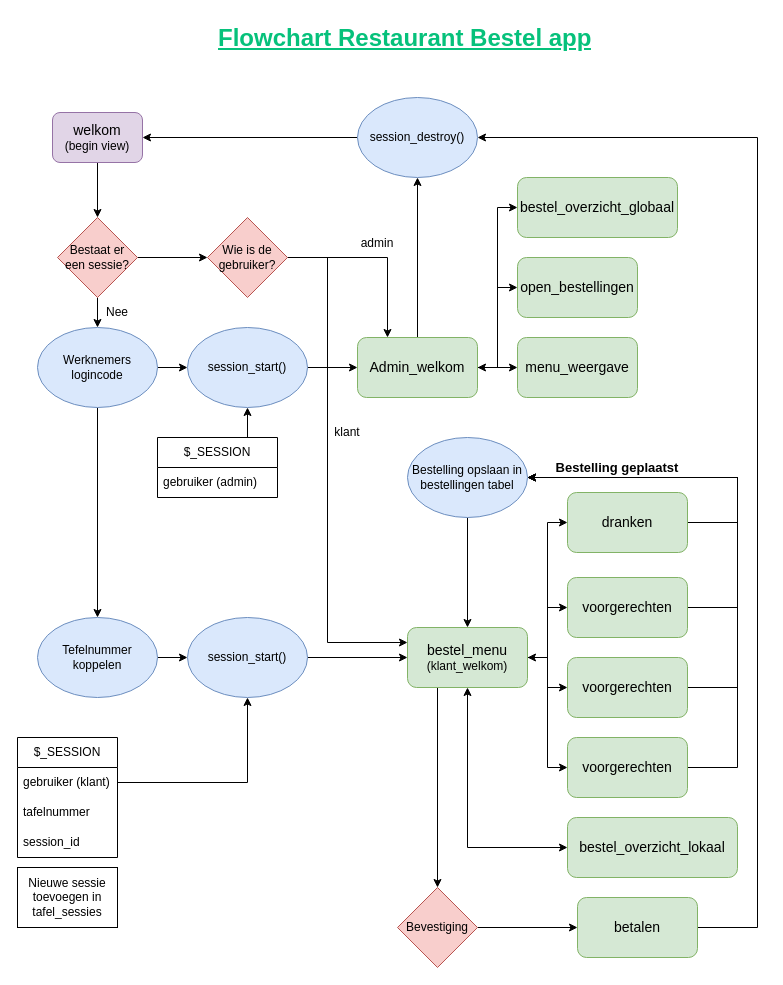
The draw.io diagram docs/restaurantBestelApp_flowchart.drawio in MossGuy/RestaurantBestelApp, before the edit. Source tidied: cells renumbered, new cells numbered last; positions are measured from the earlier drawing's top-left corner, leaving out a move shared by most shapes. Both pictures are drawn from the tidied source at 100%, with x=0, y=0 at pixel (17, 17).
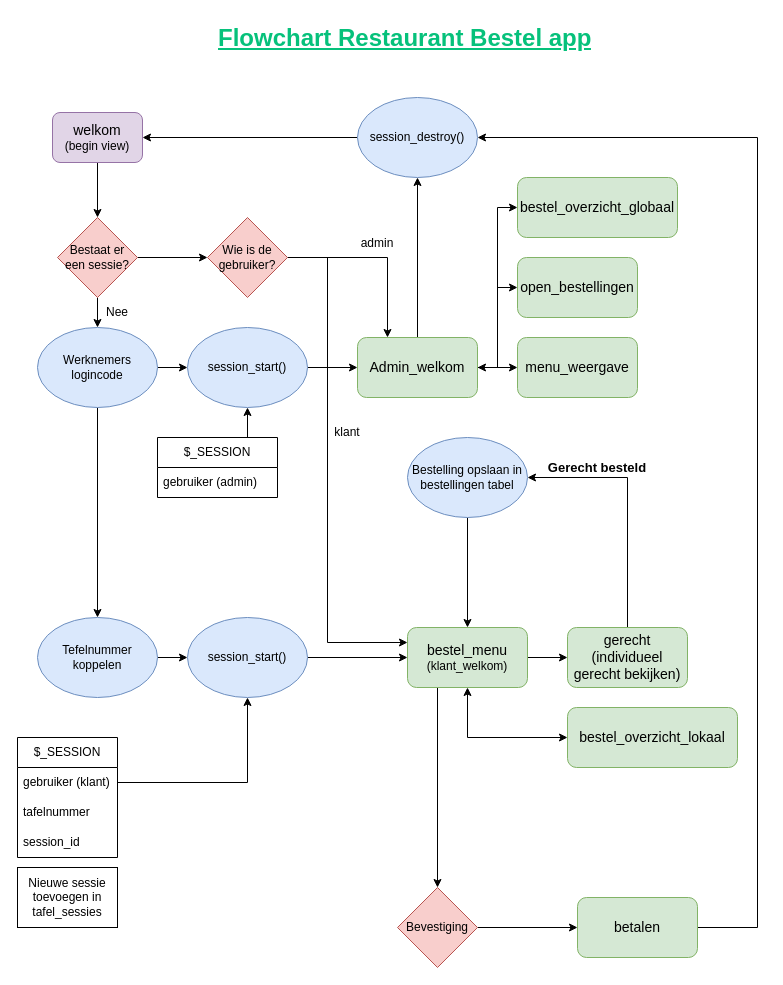
Above is the later version.

Commit message (it also covers changes not shown here):
menu map en views verwijderd. gerechten tabel gevuld met een paar gerechten om mee te testen. flowchart bijgewerkt. planning update

The change refers to these unchanged cells:
```xml
<mxCell id="17" value="&lt;font style=&quot;font-size: 14px;&quot;&gt;bestel_menu&lt;/font&gt;&lt;div&gt;&lt;font&gt;(klant_welkom)&lt;/font&gt;&lt;/div&gt;" style="rounded=1;whiteSpace=wrap;html=1;fillColor=#d5e8d4;strokeColor=#82b366;glass=0;" parent="1" vertex="1">
  <mxGeometry x="390" y="610" width="120" height="60" as="geometry" />
</mxCell>
<mxCell id="33" value="Bestelling opslaan in&lt;div&gt;bestellingen tabel&lt;/div&gt;" style="ellipse;whiteSpace=wrap;html=1;fillColor=#dae8fc;strokeColor=#6c8ebf;" parent="1" vertex="1">
  <mxGeometry x="390" y="420" width="120" height="80" as="geometry" />
</mxCell>
```

What changed in the source:
```diff
@@
-    <mxCell id="12" style="edgeStyle=orthogonalEdgeStyle;rounded=0;jettySize=auto;html=1;entryX=0;entryY=0.5;entryDx=0;entryDy=0;startArrow=classic;startFill=1;" parent="1" edge="1" source="17" target="24">
-      <mxGeometry relative="1" as="geometry" />
-    </mxCell>
-    <mxCell id="13" style="edgeStyle=orthogonalEdgeStyle;rounded=0;jettySize=auto;html=1;entryX=0;entryY=0.5;entryDx=0;entryDy=0;" parent="1" edge="1" source="17" target="26">
-      <mxGeometry relative="1" as="geometry" />
-    </mxCell>
-    <mxCell id="14" style="edgeStyle=orthogonalEdgeStyle;rounded=0;jettySize=auto;html=1;exitX=1;exitY=0.5;exitDx=0;exitDy=0;entryX=0;entryY=0.5;entryDx=0;entryDy=0;" parent="1" edge="1" source="17" target="28">
-      <mxGeometry relative="1" as="geometry" />
-    </mxCell>
-    <mxCell id="15" style="edgeStyle=orthogonalEdgeStyle;rounded=0;jettySize=auto;html=1;exitX=1;exitY=0.5;exitDx=0;exitDy=0;entryX=0;entryY=0.5;entryDx=0;entryDy=0;" parent="1" edge="1" source="17" target="30">
-      <mxGeometry relative="1" as="geometry" />
-    </mxCell>
@@
+    <mxCell id="65" style="edgeStyle=orthogonalEdgeStyle;rounded=0;jettySize=auto;html=1;entryX=0;entryY=0.5;entryDx=0;entryDy=0;" parent="1" edge="1" source="17" target="67">
+      <mxGeometry relative="1" as="geometry" />
+    </mxCell>
@@
-    <mxCell id="23" style="edgeStyle=orthogonalEdgeStyle;rounded=0;jettySize=auto;html=1;entryX=1;entryY=0.5;entryDx=0;entryDy=0;exitX=1;exitY=0.5;exitDx=0;exitDy=0;" parent="1" edge="1" source="24" target="33">
-      <mxGeometry relative="1" as="geometry">
-        <Array as="points">
-          <mxPoint x="720" y="505" />
-          <mxPoint x="720" y="460" />
-        </Array>
-      </mxGeometry>
-    </mxCell>
-    <mxCell id="24" value="&lt;font style=&quot;font-size: 14px;&quot;&gt;dranken&lt;/font&gt;" style="rounded=1;whiteSpace=wrap;html=1;fillColor=#d5e8d4;strokeColor=#82b366;glass=0;" parent="1" vertex="1">
-      <mxGeometry x="550" y="475" width="120" height="60" as="geometry" />
-    </mxCell>
-    <mxCell id="25" style="edgeStyle=orthogonalEdgeStyle;rounded=0;jettySize=auto;html=1;entryX=1;entryY=0.5;entryDx=0;entryDy=0;exitX=1;exitY=0.5;exitDx=0;exitDy=0;" parent="1" edge="1" source="26" target="33">
-      <mxGeometry relative="1" as="geometry">
-        <Array as="points">
-          <mxPoint x="720" y="590" />
-          <mxPoint x="720" y="460" />
-        </Array>
-      </mxGeometry>
-    </mxCell>
-    <mxCell id="26" value="&lt;font style=&quot;font-size: 14px;&quot;&gt;voorgerechten&lt;/font&gt;" style="rounded=1;whiteSpace=wrap;html=1;fillColor=#d5e8d4;strokeColor=#82b366;glass=0;" parent="1" vertex="1">
-      <mxGeometry x="550" y="560" width="120" height="60" as="geometry" />
-    </mxCell>
-    <mxCell id="27" style="edgeStyle=orthogonalEdgeStyle;rounded=0;jettySize=auto;html=1;entryX=1;entryY=0.5;entryDx=0;entryDy=0;" parent="1" edge="1" source="28" target="33">
-      <mxGeometry relative="1" as="geometry">
-        <Array as="points">
-          <mxPoint x="720" y="670" />
-          <mxPoint x="720" y="460" />
-        </Array>
-      </mxGeometry>
-    </mxCell>
-    <mxCell id="28" value="&lt;font style=&quot;font-size: 14px;&quot;&gt;voorgerechten&lt;/font&gt;" style="rounded=1;whiteSpace=wrap;html=1;fillColor=#d5e8d4;strokeColor=#82b366;glass=0;" parent="1" vertex="1">
-      <mxGeometry x="550" y="640" width="120" height="60" as="geometry" />
-    </mxCell>
-    <mxCell id="29" style="edgeStyle=orthogonalEdgeStyle;rounded=0;jettySize=auto;html=1;entryX=1;entryY=0.5;entryDx=0;entryDy=0;" parent="1" edge="1" source="30" target="33">
-      <mxGeometry relative="1" as="geometry">
-        <Array as="points">
-          <mxPoint x="720" y="750" />
-          <mxPoint x="720" y="460" />
-        </Array>
-      </mxGeometry>
-    </mxCell>
-    <mxCell id="30" value="&lt;font style=&quot;font-size: 14px;&quot;&gt;voorgerechten&lt;/font&gt;" style="rounded=1;whiteSpace=wrap;html=1;fillColor=#d5e8d4;strokeColor=#82b366;glass=0;" parent="1" vertex="1">
-      <mxGeometry x="550" y="720" width="120" height="60" as="geometry" />
-    </mxCell>
@@
     <mxCell id="35" value="&lt;span style=&quot;font-size: 14px;&quot;&gt;bestel_overzicht_lokaal&lt;/span&gt;" style="rounded=1;whiteSpace=wrap;html=1;fillColor=#d5e8d4;strokeColor=#82b366;glass=0;" parent="1" vertex="1">
-      <mxGeometry x="550" y="800" width="170" height="60" as="geometry" />
+      <mxGeometry x="550" y="690" width="170" height="60" as="geometry" />
     </mxCell>
@@
-    <mxCell id="64" value="Bestelling geplaatst" style="text;html=1;align=center;verticalAlign=middle;whiteSpace=wrap;rounded=0;fontSize=13;fontStyle=1;" parent="1" vertex="1">
-      <mxGeometry x="530" y="435" width="140" height="30" as="geometry" />
+    <mxCell id="64" value="Gerecht besteld" style="text;html=1;align=center;verticalAlign=middle;whiteSpace=wrap;rounded=0;fontSize=13;fontStyle=1;" parent="1" vertex="1">
+      <mxGeometry x="510" y="435" width="140" height="30" as="geometry" />
     </mxCell>
+    <mxCell id="66" style="edgeStyle=orthogonalEdgeStyle;rounded=0;jettySize=auto;html=1;entryX=1;entryY=0.5;entryDx=0;entryDy=0;" parent="1" edge="1" source="67" target="33">
+      <mxGeometry relative="1" as="geometry">
+        <Array as="points">
+          <mxPoint x="610" y="460" />
+        </Array>
+      </mxGeometry>
+    </mxCell>
+    <mxCell id="67" value="&lt;span style=&quot;font-size: 14px;&quot;&gt;gerecht&lt;br&gt;(individueel gerecht bekijken)&lt;/span&gt;" style="rounded=1;whiteSpace=wrap;html=1;fillColor=#d5e8d4;strokeColor=#82b366;glass=0;" parent="1" vertex="1">
+      <mxGeometry x="550" y="610" width="120" height="60" as="geometry" />
+    </mxCell>
```
